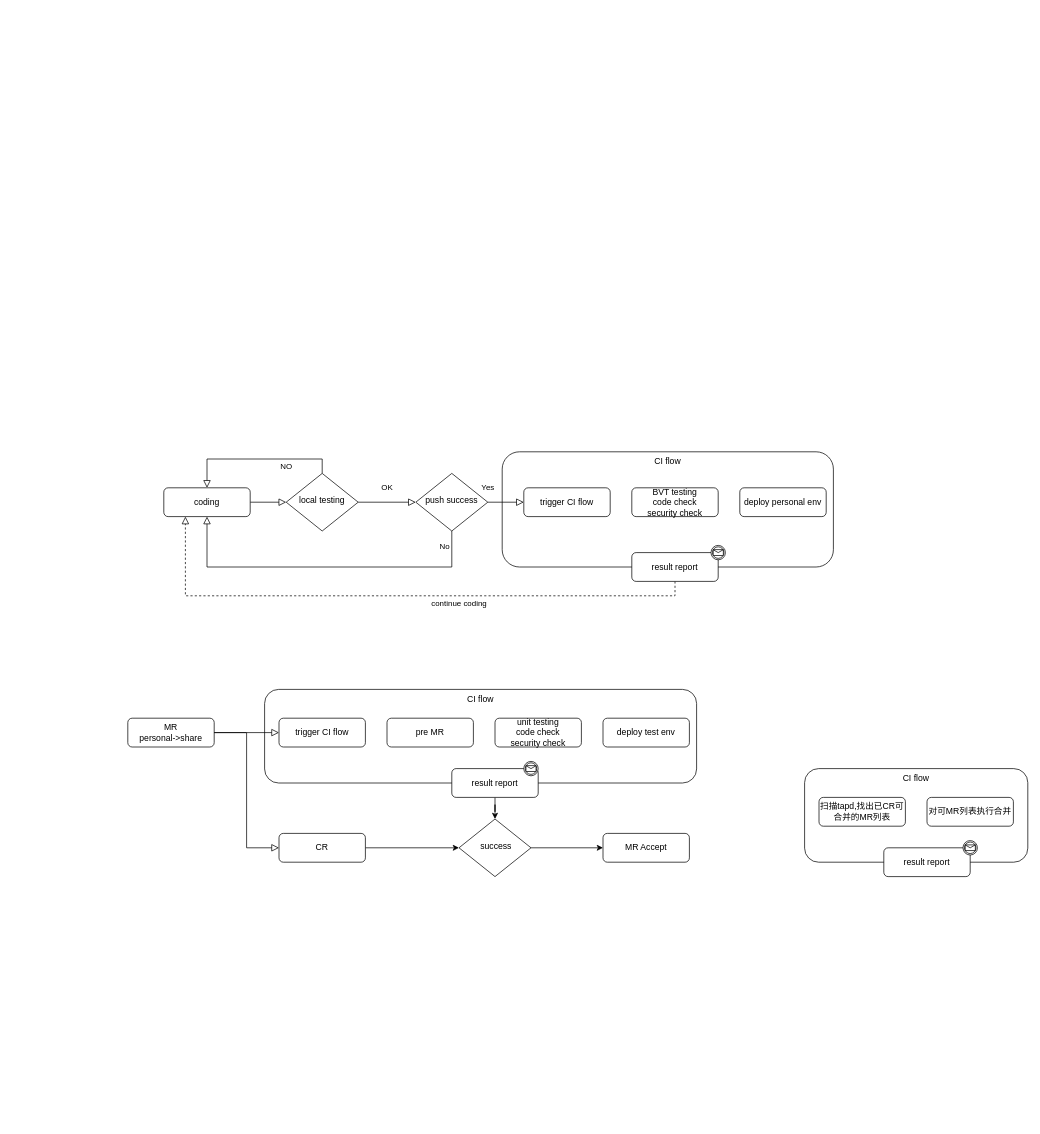
Above: page "Page-1" (1 of 2) of Untitled Diagram.drawio in lufy2010/cicd (draw.io), before the change. Source tidied: cells renumbered, new cells numbered last; positions are measured from the earlier drawing's top-left corner, leaving out a move shared by most shapes. Both pictures are drawn from the tidied source at 72%, with x=0, y=0 at pixel (127, 451).
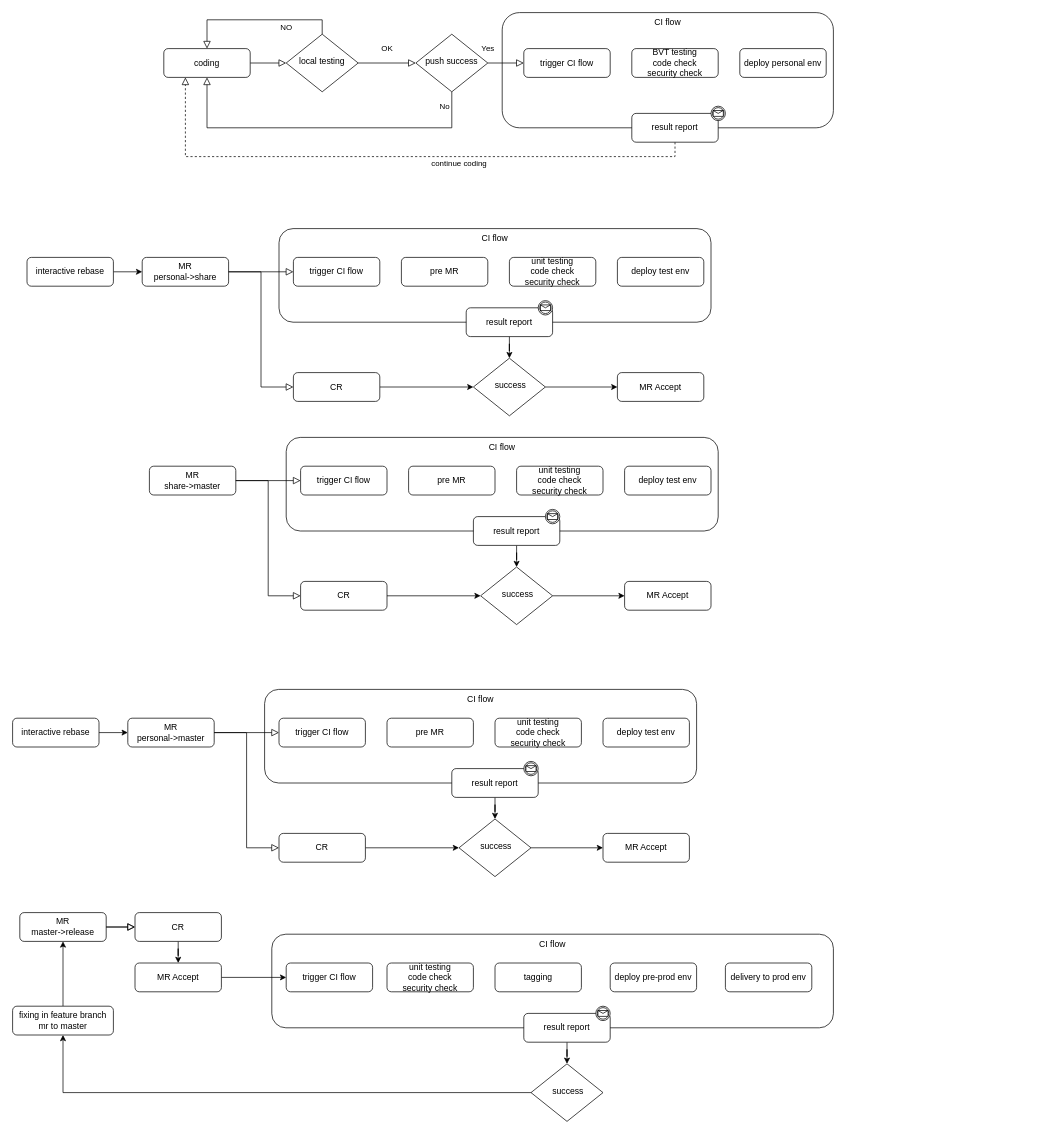
Above is the later version.

What changed in the source:
```diff
@@
-    <mxCell id="2" value="CI flow" style="html=1;whiteSpace=wrap;rounded=1;gradientColor=none;fillColor=none;verticalAlign=top;" parent="1" vertex="1">
-      <mxGeometry x="940" y="440" width="310" height="130" as="geometry" />
-    </mxCell>
+    <mxCell id="38" value="CI flow" style="html=1;whiteSpace=wrap;rounded=1;gradientColor=none;fillColor=none;verticalAlign=top;" parent="1" vertex="1">
+      <mxGeometry x="200" y="670" width="780" height="130" as="geometry" />
+    </mxCell>
     <mxCell id="3" value="continue coding" style="edgeStyle=orthogonalEdgeStyle;rounded=0;html=1;jettySize=auto;fontSize=11;endArrow=block;endFill=0;endSize=8;strokeWidth=1;shadow=0;labelBackgroundColor=none;entryX=0.25;entryY=1;entryDx=0;entryDy=0;exitX=0.5;exitY=1;exitDx=0;exitDy=0;dashed=1;" parent="1" edge="1" source="16" target="6">
       <mxGeometry x="-0.21" y="10" relative="1" as="geometry">
         <Array as="points">
-          <mxPoint x="760" y="200" />
-          <mxPoint x="80" y="200" />
+          <mxPoint x="760" y="-410" />
+          <mxPoint x="80" y="-410" />
         </Array>
       </mxGeometry>
     </mxCell>
     <mxCell id="4" value="CI flow" style="html=1;whiteSpace=wrap;rounded=1;gradientColor=none;fillColor=none;verticalAlign=top;" parent="1" vertex="1">
-      <mxGeometry x="520" width="460" height="160" as="geometry" />
+      <mxGeometry x="520" y="-610" width="460" height="160" as="geometry" />
     </mxCell>
@@
     <mxCell id="6" value="coding" style="rounded=1;whiteSpace=wrap;html=1;fontSize=12;glass=0;strokeWidth=1;shadow=0;" parent="1" vertex="1">
-      <mxGeometry x="50" y="50" width="120" height="40" as="geometry" />
+      <mxGeometry x="50" y="-560" width="120" height="40" as="geometry" />
     </mxCell>
@@
     <mxCell id="8" value="NO" style="edgeStyle=orthogonalEdgeStyle;rounded=0;html=1;jettySize=auto;fontSize=11;endArrow=block;endFill=0;endSize=8;strokeWidth=1;shadow=0;labelBackgroundColor=none;entryX=0.5;entryY=0;entryDx=0;entryDy=0;exitX=0.5;exitY=0;exitDx=0;exitDy=0;" parent="1" edge="1" source="9" target="6">
       <mxGeometry x="-0.36" y="10" relative="1" as="geometry">
         <Array as="points">
-          <mxPoint x="270" y="10" />
-          <mxPoint x="110" y="10" />
+          <mxPoint x="270" y="-600" />
+          <mxPoint x="110" y="-600" />
         </Array>
       </mxGeometry>
     </mxCell>
     <mxCell id="9" value="local testing" style="rhombus;whiteSpace=wrap;html=1;shadow=0;fontFamily=Helvetica;fontSize=12;align=center;strokeWidth=1;spacing=6;spacingTop=-4;" parent="1" vertex="1">
-      <mxGeometry x="220" y="30" width="100" height="80" as="geometry" />
+      <mxGeometry x="220" y="-580" width="100" height="80" as="geometry" />
     </mxCell>
     <mxCell id="10" value="No" style="rounded=0;html=1;jettySize=auto;fontSize=11;endArrow=block;endFill=0;endSize=8;strokeWidth=1;shadow=0;labelBackgroundColor=none;edgeStyle=orthogonalEdgeStyle;" parent="1" edge="1" source="12">
       <mxGeometry x="-0.91" y="-10" relative="1" as="geometry">
-        <mxPoint x="110" y="90" as="targetPoint" />
+        <mxPoint x="110" y="-520" as="targetPoint" />
         <Array as="points">
-          <mxPoint x="450" y="160" />
-          <mxPoint x="110" y="160" />
+          <mxPoint x="450" y="-450" />
+          <mxPoint x="110" y="-450" />
         </Array>
       </mxGeometry>
     </mxCell>
@@
     <mxCell id="12" value="push success" style="rhombus;whiteSpace=wrap;html=1;shadow=0;fontFamily=Helvetica;fontSize=12;align=center;strokeWidth=1;spacing=6;spacingTop=-4;" parent="1" vertex="1">
-      <mxGeometry x="400" y="30" width="100" height="80" as="geometry" />
+      <mxGeometry x="400" y="-580" width="100" height="80" as="geometry" />
     </mxCell>
     <mxCell id="13" value="trigger CI flow" style="rounded=1;whiteSpace=wrap;html=1;fontSize=12;glass=0;strokeWidth=1;shadow=0;" parent="1" vertex="1">
-      <mxGeometry x="550" y="50" width="120" height="40" as="geometry" />
+      <mxGeometry x="550" y="-560" width="120" height="40" as="geometry" />
     </mxCell>
     <mxCell id="14" value="BVT testing&lt;br&gt;code check&lt;br&gt;security check" style="rounded=1;whiteSpace=wrap;html=1;fontSize=12;glass=0;strokeWidth=1;shadow=0;" parent="1" vertex="1">
-      <mxGeometry x="700" y="50" width="120" height="40" as="geometry" />
+      <mxGeometry x="700" y="-560" width="120" height="40" as="geometry" />
     </mxCell>
     <mxCell id="15" value="deploy personal env" style="rounded=1;whiteSpace=wrap;html=1;fontSize=12;glass=0;strokeWidth=1;shadow=0;" parent="1" vertex="1">
-      <mxGeometry x="850" y="50" width="120" height="40" as="geometry" />
+      <mxGeometry x="850" y="-560" width="120" height="40" as="geometry" />
     </mxCell>
     <mxCell id="16" value="result report" style="rounded=1;whiteSpace=wrap;html=1;fontSize=12;glass=0;strokeWidth=1;shadow=0;" parent="1" vertex="1">
-      <mxGeometry x="700" y="140" width="120" height="40" as="geometry" />
+      <mxGeometry x="700" y="-470" width="120" height="40" as="geometry" />
     </mxCell>
-    <mxCell id="17" value="MR&lt;br&gt;personal-&amp;gt;share" style="rounded=1;whiteSpace=wrap;html=1;fontSize=12;glass=0;strokeWidth=1;shadow=0;" parent="1" vertex="1">
+    <mxCell id="17" value="MR&lt;br&gt;personal-&amp;gt;master" style="rounded=1;whiteSpace=wrap;html=1;fontSize=12;glass=0;strokeWidth=1;shadow=0;" parent="1" vertex="1">
       <mxGeometry y="370" width="120" height="40" as="geometry" />
     </mxCell>
@@
     <mxCell id="29" style="shape=mxgraph.bpmn.shape;html=1;verticalLabelPosition=bottom;labelBackgroundColor=#ffffff;verticalAlign=top;align=center;perimeter=ellipsePerimeter;outline=catching;symbol=message;" parent="1" vertex="1">
-      <mxGeometry x="810" y="130" width="20" height="20" as="geometry" />
+      <mxGeometry x="810" y="-480" width="20" height="20" as="geometry" />
     </mxCell>
@@
-    <mxCell id="31" value="扫描tapd,找出已CR可&lt;br&gt;合并的MR列表" style="rounded=1;whiteSpace=wrap;html=1;fontSize=12;glass=0;strokeWidth=1;shadow=0;" parent="1" vertex="1">
-      <mxGeometry x="960" y="480" width="120" height="40" as="geometry" />
-    </mxCell>
-    <mxCell id="32" value="对可MR列表执行合并" style="rounded=1;whiteSpace=wrap;html=1;fontSize=12;glass=0;strokeWidth=1;shadow=0;" parent="1" vertex="1">
-      <mxGeometry x="1110" y="480" width="120" height="40" as="geometry" />
-    </mxCell>
-    <mxCell id="33" value="result report" style="rounded=1;whiteSpace=wrap;html=1;fontSize=12;glass=0;strokeWidth=1;shadow=0;" parent="1" vertex="1">
-      <mxGeometry x="1050" y="550" width="120" height="40" as="geometry" />
-    </mxCell>
-    <mxCell id="34" style="shape=mxgraph.bpmn.shape;html=1;verticalLabelPosition=bottom;labelBackgroundColor=#ffffff;verticalAlign=top;align=center;perimeter=ellipsePerimeter;outline=catching;symbol=message;" parent="1" vertex="1">
-      <mxGeometry x="1160" y="540" width="20" height="20" as="geometry" />
-    </mxCell>
@@
+    <mxCell id="39" value="MR&lt;br&gt;master-&amp;gt;release" style="rounded=1;whiteSpace=wrap;html=1;fontSize=12;glass=0;strokeWidth=1;shadow=0;" parent="1" vertex="1">
+      <mxGeometry x="-150" y="640" width="120" height="40" as="geometry" />
+    </mxCell>
+    <mxCell id="40" value="trigger CI flow" style="rounded=1;whiteSpace=wrap;html=1;fontSize=12;glass=0;strokeWidth=1;shadow=0;" parent="1" vertex="1">
+      <mxGeometry x="220" y="710" width="120" height="40" as="geometry" />
+    </mxCell>
+    <mxCell id="41" value="unit testing&lt;br&gt;code check&lt;br&gt;security check" style="rounded=1;whiteSpace=wrap;html=1;fontSize=12;glass=0;strokeWidth=1;shadow=0;" parent="1" vertex="1">
+      <mxGeometry x="360" y="710" width="120" height="40" as="geometry" />
+    </mxCell>
+    <mxCell id="42" value="deploy pre-prod env" style="rounded=1;whiteSpace=wrap;html=1;fontSize=12;glass=0;strokeWidth=1;shadow=0;" parent="1" vertex="1">
+      <mxGeometry x="670" y="710" width="120" height="40" as="geometry" />
+    </mxCell>
+    <mxCell id="43" style="edgeStyle=orthogonalEdgeStyle;rounded=0;jettySize=auto;html=1;" parent="1" edge="1" source="44" target="48">
+      <mxGeometry relative="1" as="geometry" />
+    </mxCell>
+    <mxCell id="44" value="result report" style="rounded=1;whiteSpace=wrap;html=1;fontSize=12;glass=0;strokeWidth=1;shadow=0;" parent="1" vertex="1">
+      <mxGeometry x="550" y="780" width="120" height="40" as="geometry" />
+    </mxCell>
+    <mxCell id="45" style="rounded=0;html=1;jettySize=auto;fontSize=11;endArrow=block;endFill=0;endSize=8;strokeWidth=1;shadow=0;labelBackgroundColor=none;edgeStyle=orthogonalEdgeStyle;entryX=0;entryY=0.5;entryDx=0;entryDy=0;exitX=1;exitY=0.5;exitDx=0;exitDy=0;" parent="1" edge="1" source="39" target="87">
+      <mxGeometry relative="1" as="geometry" />
+    </mxCell>
+    <mxCell id="46" style="shape=mxgraph.bpmn.shape;html=1;verticalLabelPosition=bottom;labelBackgroundColor=#ffffff;verticalAlign=top;align=center;perimeter=ellipsePerimeter;outline=catching;symbol=message;" parent="1" vertex="1">
+      <mxGeometry x="650" y="770" width="20" height="20" as="geometry" />
+    </mxCell>
+    <mxCell id="47" style="edgeStyle=orthogonalEdgeStyle;rounded=0;jettySize=auto;html=1;exitX=0;exitY=0.5;exitDx=0;exitDy=0;entryX=0.5;entryY=1;entryDx=0;entryDy=0;" parent="1" edge="1" source="48" target="92">
+      <mxGeometry relative="1" as="geometry" />
+    </mxCell>
+    <mxCell id="48" value="&amp;nbsp;success" style="rhombus;whiteSpace=wrap;html=1;shadow=0;fontFamily=Helvetica;fontSize=12;align=center;strokeWidth=1;spacing=6;spacingTop=-4;" parent="1" vertex="1">
+      <mxGeometry x="560" y="850" width="100" height="80" as="geometry" />
+    </mxCell>
+    <mxCell id="49" style="edgeStyle=orthogonalEdgeStyle;rounded=0;jettySize=auto;html=1;" parent="1" edge="1" source="50" target="17">
+      <mxGeometry relative="1" as="geometry" />
+    </mxCell>
+    <mxCell id="50" value="interactive rebase" style="rounded=1;whiteSpace=wrap;html=1;fontSize=12;glass=0;strokeWidth=1;shadow=0;" parent="1" vertex="1">
+      <mxGeometry x="-160" y="370" width="120" height="40" as="geometry" />
+    </mxCell>
+    <mxCell id="51" value="MR&lt;br&gt;personal-&amp;gt;share" style="rounded=1;whiteSpace=wrap;html=1;fontSize=12;glass=0;strokeWidth=1;shadow=0;" parent="1" vertex="1">
+      <mxGeometry x="20" y="-270" width="120" height="40" as="geometry" />
+    </mxCell>
+    <mxCell id="52" style="edgeStyle=orthogonalEdgeStyle;rounded=0;jettySize=auto;html=1;" parent="1" edge="1" source="53" target="66">
+      <mxGeometry relative="1" as="geometry" />
+    </mxCell>
+    <mxCell id="53" value="CR" style="rounded=1;whiteSpace=wrap;html=1;fontSize=12;glass=0;strokeWidth=1;shadow=0;" parent="1" vertex="1">
+      <mxGeometry x="230" y="-110" width="120" height="40" as="geometry" />
+    </mxCell>
+    <mxCell id="54" value="trigger CI flow" style="rounded=1;whiteSpace=wrap;html=1;fontSize=12;glass=0;strokeWidth=1;shadow=0;" parent="1" vertex="1">
+      <mxGeometry x="230" y="-270" width="120" height="40" as="geometry" />
+    </mxCell>
+    <mxCell id="55" value="pre MR" style="rounded=1;whiteSpace=wrap;html=1;fontSize=12;glass=0;strokeWidth=1;shadow=0;" parent="1" vertex="1">
+      <mxGeometry x="380" y="-270" width="120" height="40" as="geometry" />
+    </mxCell>
+    <mxCell id="56" value="unit testing&lt;br&gt;code check&lt;br&gt;security check" style="rounded=1;whiteSpace=wrap;html=1;fontSize=12;glass=0;strokeWidth=1;shadow=0;" parent="1" vertex="1">
+      <mxGeometry x="530" y="-270" width="120" height="40" as="geometry" />
+    </mxCell>
+    <mxCell id="57" value="deploy test env" style="rounded=1;whiteSpace=wrap;html=1;fontSize=12;glass=0;strokeWidth=1;shadow=0;" parent="1" vertex="1">
+      <mxGeometry x="680" y="-270" width="120" height="40" as="geometry" />
+    </mxCell>
+    <mxCell id="58" value="CI flow" style="html=1;whiteSpace=wrap;rounded=1;gradientColor=none;fillColor=none;verticalAlign=top;" parent="1" vertex="1">
+      <mxGeometry x="210" y="-310" width="600" height="130" as="geometry" />
+    </mxCell>
+    <mxCell id="59" style="edgeStyle=orthogonalEdgeStyle;rounded=0;jettySize=auto;html=1;" parent="1" edge="1" source="60" target="66">
+      <mxGeometry relative="1" as="geometry" />
+    </mxCell>
+    <mxCell id="60" value="result report" style="rounded=1;whiteSpace=wrap;html=1;fontSize=12;glass=0;strokeWidth=1;shadow=0;" parent="1" vertex="1">
+      <mxGeometry x="470" y="-200" width="120" height="40" as="geometry" />
+    </mxCell>
+    <mxCell id="61" style="rounded=0;html=1;jettySize=auto;fontSize=11;endArrow=block;endFill=0;endSize=8;strokeWidth=1;shadow=0;labelBackgroundColor=none;edgeStyle=orthogonalEdgeStyle;entryX=0;entryY=0.5;entryDx=0;entryDy=0;exitX=1;exitY=0.5;exitDx=0;exitDy=0;" parent="1" edge="1" source="51" target="53">
+      <mxGeometry relative="1" as="geometry" />
+    </mxCell>
+    <mxCell id="62" style="rounded=0;html=1;jettySize=auto;fontSize=11;endArrow=block;endFill=0;endSize=8;strokeWidth=1;shadow=0;labelBackgroundColor=none;edgeStyle=orthogonalEdgeStyle;exitX=1;exitY=0.5;exitDx=0;exitDy=0;" parent="1" edge="1" source="51">
+      <mxGeometry relative="1" as="geometry">
+        <mxPoint x="230" y="-250" as="targetPoint" />
+      </mxGeometry>
+    </mxCell>
+    <mxCell id="63" style="shape=mxgraph.bpmn.shape;html=1;verticalLabelPosition=bottom;labelBackgroundColor=#ffffff;verticalAlign=top;align=center;perimeter=ellipsePerimeter;outline=catching;symbol=message;" parent="1" vertex="1">
+      <mxGeometry x="570" y="-210" width="20" height="20" as="geometry" />
+    </mxCell>
+    <mxCell id="64" value="MR Accept" style="rounded=1;whiteSpace=wrap;html=1;fontSize=12;glass=0;strokeWidth=1;shadow=0;" parent="1" vertex="1">
+      <mxGeometry x="680" y="-110" width="120" height="40" as="geometry" />
+    </mxCell>
+    <mxCell id="65" style="edgeStyle=orthogonalEdgeStyle;rounded=0;jettySize=auto;html=1;entryX=0;entryY=0.5;entryDx=0;entryDy=0;" parent="1" edge="1" source="66" target="64">
+      <mxGeometry relative="1" as="geometry" />
+    </mxCell>
+    <mxCell id="66" value="&amp;nbsp;success" style="rhombus;whiteSpace=wrap;html=1;shadow=0;fontFamily=Helvetica;fontSize=12;align=center;strokeWidth=1;spacing=6;spacingTop=-4;" parent="1" vertex="1">
+      <mxGeometry x="480" y="-130" width="100" height="80" as="geometry" />
+    </mxCell>
+    <mxCell id="67" style="edgeStyle=orthogonalEdgeStyle;rounded=0;jettySize=auto;html=1;" parent="1" edge="1" source="68" target="51">
+      <mxGeometry relative="1" as="geometry" />
+    </mxCell>
+    <mxCell id="68" value="interactive rebase" style="rounded=1;whiteSpace=wrap;html=1;fontSize=12;glass=0;strokeWidth=1;shadow=0;" parent="1" vertex="1">
+      <mxGeometry x="-140" y="-270" width="120" height="40" as="geometry" />
+    </mxCell>
+    <mxCell id="69" value="MR&lt;br&gt;share-&amp;gt;master" style="rounded=1;whiteSpace=wrap;html=1;fontSize=12;glass=0;strokeWidth=1;shadow=0;" parent="1" vertex="1">
+      <mxGeometry x="30" y="20" width="120" height="40" as="geometry" />
+    </mxCell>
+    <mxCell id="70" style="edgeStyle=orthogonalEdgeStyle;rounded=0;jettySize=auto;html=1;" parent="1" edge="1" source="71" target="84">
+      <mxGeometry relative="1" as="geometry" />
+    </mxCell>
+    <mxCell id="71" value="CR" style="rounded=1;whiteSpace=wrap;html=1;fontSize=12;glass=0;strokeWidth=1;shadow=0;" parent="1" vertex="1">
+      <mxGeometry x="240" y="180" width="120" height="40" as="geometry" />
+    </mxCell>
+    <mxCell id="72" value="trigger CI flow" style="rounded=1;whiteSpace=wrap;html=1;fontSize=12;glass=0;strokeWidth=1;shadow=0;" parent="1" vertex="1">
+      <mxGeometry x="240" y="20" width="120" height="40" as="geometry" />
+    </mxCell>
+    <mxCell id="73" value="pre MR" style="rounded=1;whiteSpace=wrap;html=1;fontSize=12;glass=0;strokeWidth=1;shadow=0;" parent="1" vertex="1">
+      <mxGeometry x="390" y="20" width="120" height="40" as="geometry" />
+    </mxCell>
+    <mxCell id="74" value="unit testing&lt;br&gt;code check&lt;br&gt;security check" style="rounded=1;whiteSpace=wrap;html=1;fontSize=12;glass=0;strokeWidth=1;shadow=0;" parent="1" vertex="1">
+      <mxGeometry x="540" y="20" width="120" height="40" as="geometry" />
+    </mxCell>
+    <mxCell id="75" value="deploy test env" style="rounded=1;whiteSpace=wrap;html=1;fontSize=12;glass=0;strokeWidth=1;shadow=0;" parent="1" vertex="1">
+      <mxGeometry x="690" y="20" width="120" height="40" as="geometry" />
+    </mxCell>
+    <mxCell id="76" value="CI flow" style="html=1;whiteSpace=wrap;rounded=1;gradientColor=none;fillColor=none;verticalAlign=top;" parent="1" vertex="1">
+      <mxGeometry x="220" y="-20" width="600" height="130" as="geometry" />
+    </mxCell>
+    <mxCell id="77" style="edgeStyle=orthogonalEdgeStyle;rounded=0;jettySize=auto;html=1;" parent="1" edge="1" source="78" target="84">
+      <mxGeometry relative="1" as="geometry" />
+    </mxCell>
+    <mxCell id="78" value="result report" style="rounded=1;whiteSpace=wrap;html=1;fontSize=12;glass=0;strokeWidth=1;shadow=0;" parent="1" vertex="1">
+      <mxGeometry x="480" y="90" width="120" height="40" as="geometry" />
+    </mxCell>
+    <mxCell id="79" style="rounded=0;html=1;jettySize=auto;fontSize=11;endArrow=block;endFill=0;endSize=8;strokeWidth=1;shadow=0;labelBackgroundColor=none;edgeStyle=orthogonalEdgeStyle;entryX=0;entryY=0.5;entryDx=0;entryDy=0;exitX=1;exitY=0.5;exitDx=0;exitDy=0;" parent="1" edge="1" source="69" target="71">
+      <mxGeometry relative="1" as="geometry" />
+    </mxCell>
+    <mxCell id="80" style="rounded=0;html=1;jettySize=auto;fontSize=11;endArrow=block;endFill=0;endSize=8;strokeWidth=1;shadow=0;labelBackgroundColor=none;edgeStyle=orthogonalEdgeStyle;exitX=1;exitY=0.5;exitDx=0;exitDy=0;" parent="1" edge="1" source="69">
+      <mxGeometry relative="1" as="geometry">
+        <mxPoint x="240" y="40" as="targetPoint" />
+      </mxGeometry>
+    </mxCell>
+    <mxCell id="81" style="shape=mxgraph.bpmn.shape;html=1;verticalLabelPosition=bottom;labelBackgroundColor=#ffffff;verticalAlign=top;align=center;perimeter=ellipsePerimeter;outline=catching;symbol=message;" parent="1" vertex="1">
+      <mxGeometry x="580" y="80" width="20" height="20" as="geometry" />
+    </mxCell>
+    <mxCell id="82" value="MR Accept" style="rounded=1;whiteSpace=wrap;html=1;fontSize=12;glass=0;strokeWidth=1;shadow=0;" parent="1" vertex="1">
+      <mxGeometry x="690" y="180" width="120" height="40" as="geometry" />
+    </mxCell>
+    <mxCell id="83" style="edgeStyle=orthogonalEdgeStyle;rounded=0;jettySize=auto;html=1;entryX=0;entryY=0.5;entryDx=0;entryDy=0;" parent="1" edge="1" source="84" target="82">
+      <mxGeometry relative="1" as="geometry" />
+    </mxCell>
+    <mxCell id="84" value="&amp;nbsp;success" style="rhombus;whiteSpace=wrap;html=1;shadow=0;fontFamily=Helvetica;fontSize=12;align=center;strokeWidth=1;spacing=6;spacingTop=-4;" parent="1" vertex="1">
+      <mxGeometry x="490" y="160" width="100" height="80" as="geometry" />
+    </mxCell>
+    <mxCell id="85" value="tagging" style="rounded=1;whiteSpace=wrap;html=1;fontSize=12;glass=0;strokeWidth=1;shadow=0;" parent="1" vertex="1">
+      <mxGeometry x="510" y="710" width="120" height="40" as="geometry" />
+    </mxCell>
+    <mxCell id="86" style="edgeStyle=orthogonalEdgeStyle;rounded=0;jettySize=auto;html=1;" parent="1" edge="1" source="87" target="90">
+      <mxGeometry relative="1" as="geometry" />
+    </mxCell>
+    <mxCell id="87" value="CR" style="rounded=1;whiteSpace=wrap;html=1;fontSize=12;glass=0;strokeWidth=1;shadow=0;" parent="1" vertex="1">
+      <mxGeometry x="10" y="640" width="120" height="40" as="geometry" />
+    </mxCell>
+    <mxCell id="88" style="rounded=0;html=1;jettySize=auto;fontSize=11;endArrow=block;endFill=0;endSize=8;strokeWidth=1;shadow=0;labelBackgroundColor=none;edgeStyle=orthogonalEdgeStyle;exitX=1;exitY=0.5;exitDx=0;exitDy=0;" parent="1" edge="1" source="39" target="87">
+      <mxGeometry relative="1" as="geometry" />
+    </mxCell>
+    <mxCell id="89" style="edgeStyle=orthogonalEdgeStyle;rounded=0;jettySize=auto;html=1;entryX=0;entryY=0.5;entryDx=0;entryDy=0;" parent="1" edge="1" source="90" target="40">
+      <mxGeometry relative="1" as="geometry" />
+    </mxCell>
+    <mxCell id="90" value="MR Accept" style="rounded=1;whiteSpace=wrap;html=1;fontSize=12;glass=0;strokeWidth=1;shadow=0;" parent="1" vertex="1">
+      <mxGeometry x="10" y="710" width="120" height="40" as="geometry" />
+    </mxCell>
+    <mxCell id="91" style="edgeStyle=orthogonalEdgeStyle;rounded=0;jettySize=auto;html=1;entryX=0.5;entryY=1;entryDx=0;entryDy=0;" parent="1" edge="1" source="92" target="39">
+      <mxGeometry relative="1" as="geometry" />
+    </mxCell>
+    <mxCell id="92" value="fixing in feature branch&lt;br&gt;mr to master" style="rounded=1;whiteSpace=wrap;html=1;fontSize=12;glass=0;strokeWidth=1;shadow=0;" parent="1" vertex="1">
+      <mxGeometry x="-160" y="770" width="140" height="40" as="geometry" />
+    </mxCell>
+    <mxCell id="93" value="delivery to prod env" style="rounded=1;whiteSpace=wrap;html=1;fontSize=12;glass=0;strokeWidth=1;shadow=0;" parent="1" vertex="1">
+      <mxGeometry x="830" y="710" width="120" height="40" as="geometry" />
+    </mxCell>
```
